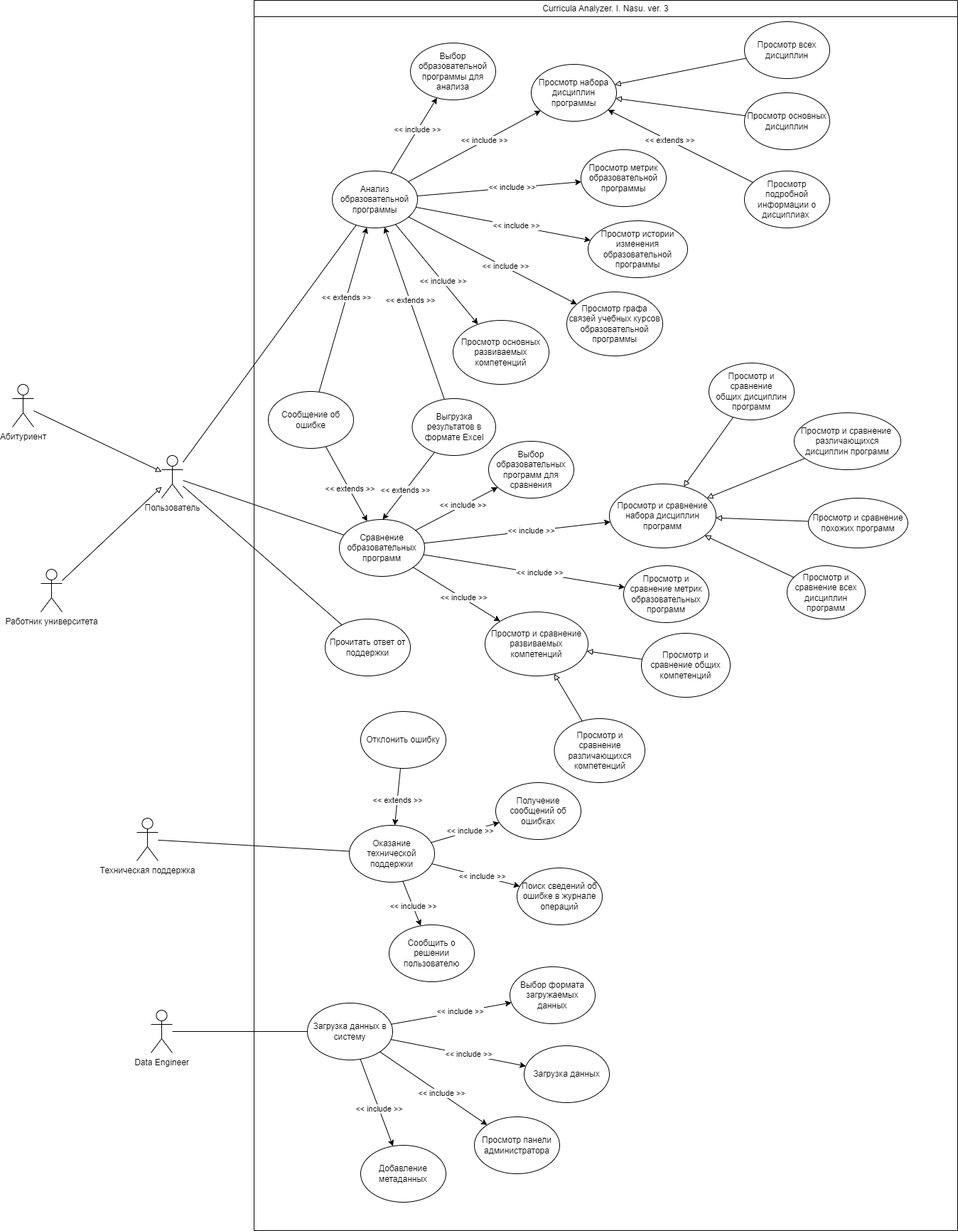
Earlier version of the draw.io export docs/HW 1/SSAD.png (yunas-x/Diploma). Source tidied: cells renumbered, new cells last; positions are measured from the earlier drawing's top-left corner, leaving out a move shared by most shapes.
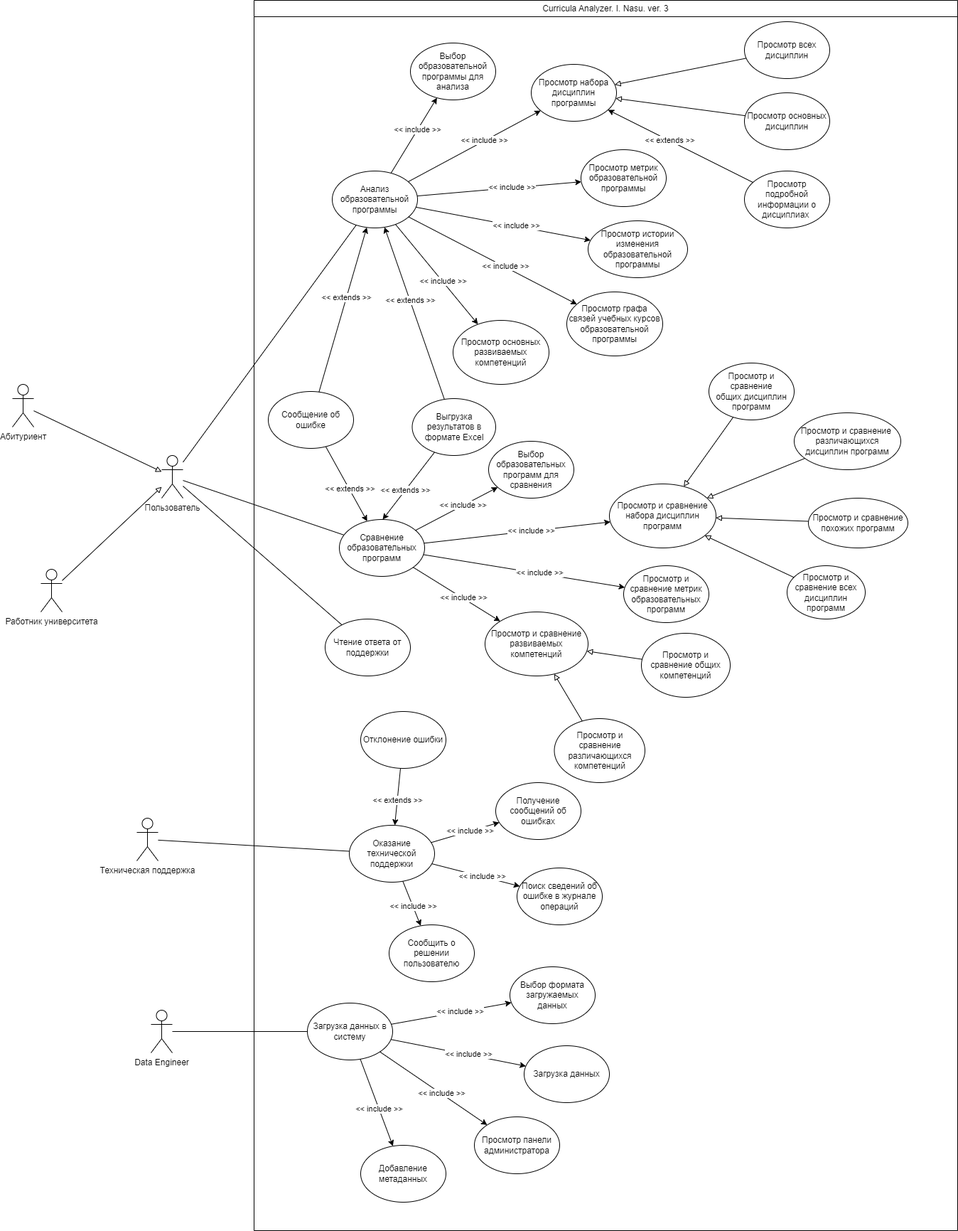
The same file after the commit.

What changed in the source:
```diff
@@ -212,7 +212,7 @@
     <mxCell id="63" value="Сообщить о решении пользователю" style="ellipse;whiteSpace=wrap;html=1;" parent="2" vertex="1">
       <mxGeometry x="190" y="1300" width="120" height="80" as="geometry" />
     </mxCell>
-    <mxCell id="64" value="Отклонить ошибку" style="ellipse;whiteSpace=wrap;html=1;" parent="2" vertex="1">
+    <mxCell id="64" value="Отклонение ошибки" style="ellipse;whiteSpace=wrap;html=1;" parent="2" vertex="1">
       <mxGeometry x="150" y="1000" width="120" height="80" as="geometry" />
     </mxCell>
     <mxCell id="65" style="rounded=0;jettySize=auto;html=1;" parent="2" edge="1" source="12" target="63">
@@ -320,7 +320,7 @@
         <mxPoint y="-1" as="offset" />
       </mxGeometry>
     </mxCell>
-    <mxCell id="92" value="Прочитать ответ от поддержки" style="ellipse;whiteSpace=wrap;html=1;" parent="2" vertex="1">
+    <mxCell id="92" value="Чтение ответа от поддержки" style="ellipse;whiteSpace=wrap;html=1;" parent="2" vertex="1">
       <mxGeometry x="100" y="870" width="120" height="80" as="geometry" />
     </mxCell>
     <mxCell id="93" style="rounded=0;jettySize=auto;html=1;endArrow=none;endFill=0;" parent="1" edge="1" source="94" target="5">
```
